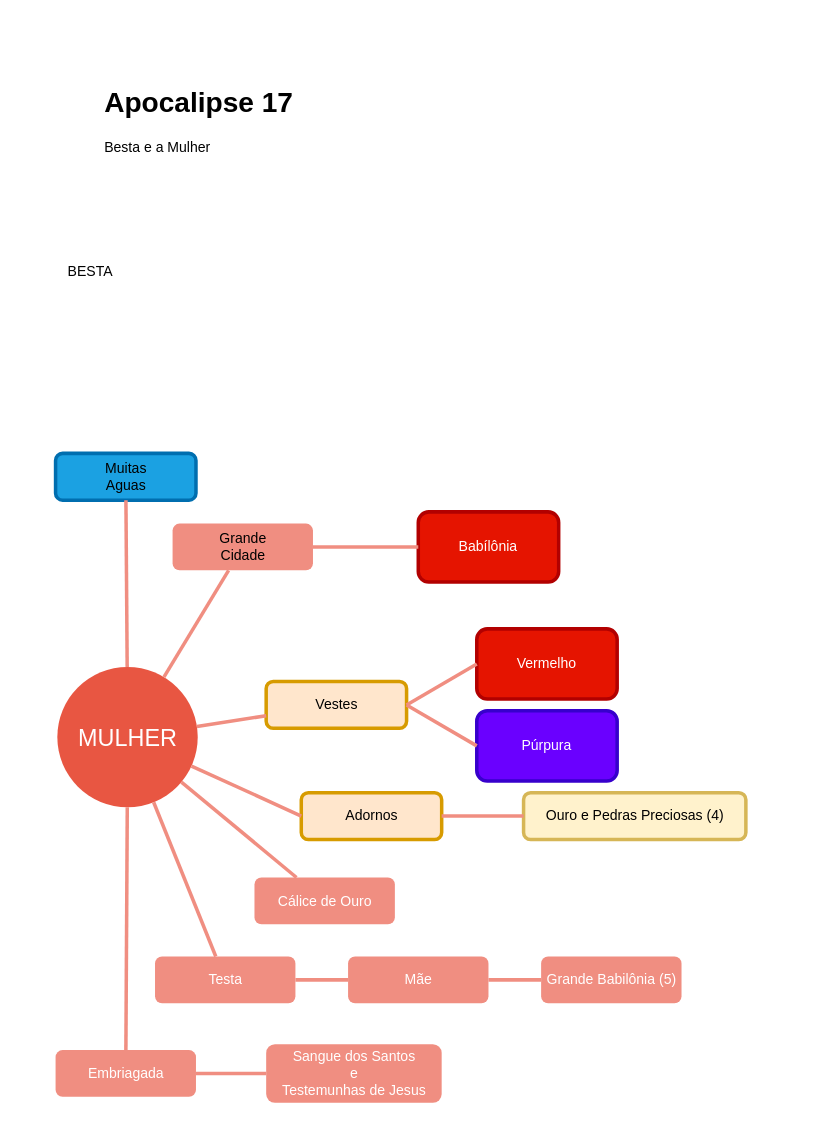
The draw.io diagram Untitled Diagram.drawio in c4tom/estudos-biblicos, before the edit. Source tidied: cells renumbered, new cells numbered last; positions are measured from the earlier drawing's top-left corner, leaving out a move shared by most shapes. Both pictures are drawn from the tidied source at 117%, with x=0, y=0 at pixel (55, 78).
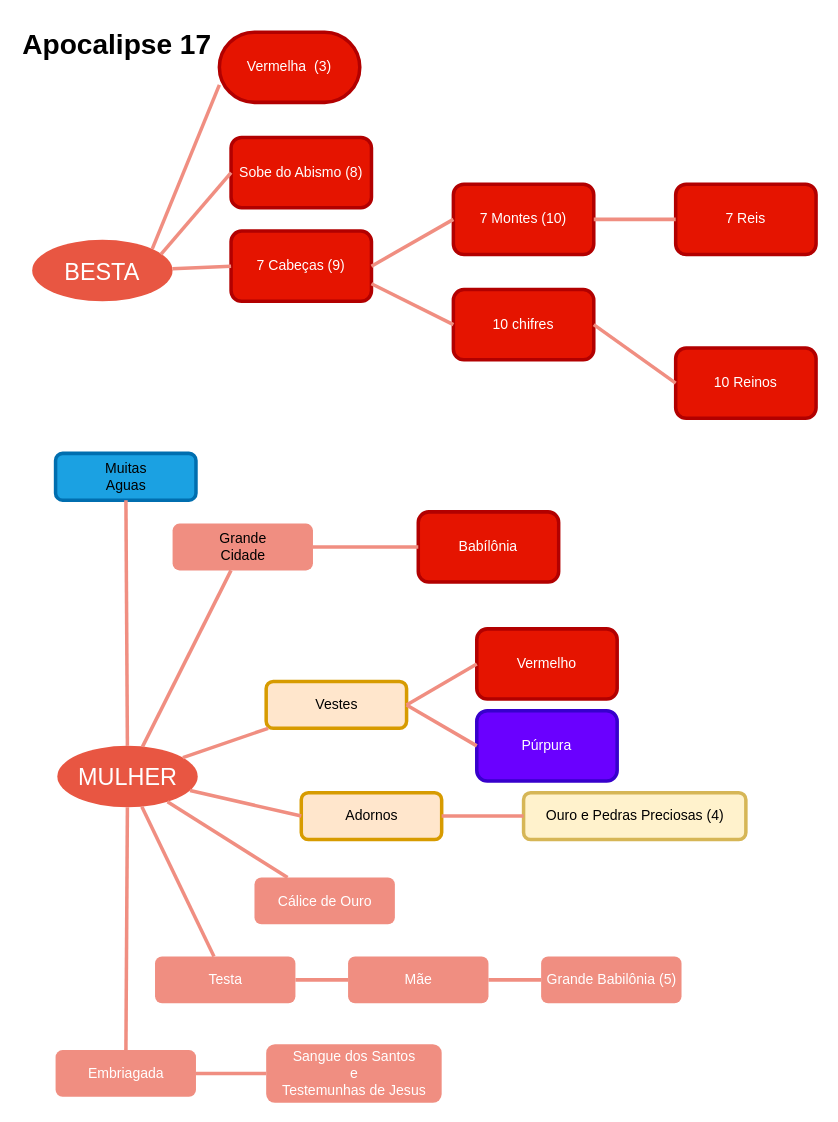
Above is the later version.

The change refers to these unchanged cells:
```xml
<mxCell id="14" value="&lt;span style=&quot;color: rgb(0, 0, 0); text-wrap-mode: wrap;&quot;&gt;Grande Cidade&lt;/span&gt;" style="rounded=1;fillColor=#f08e81;strokeColor=none;strokeWidth=3;shadow=0;html=1;fontColor=#FFFFFF;" parent="1" vertex="1">
  <mxGeometry x="100" y="380" width="120" height="40" as="geometry" />
</mxCell>
<mxCell id="22" value="Babílônia" style="whiteSpace=wrap;html=1;fillColor=#e51400;strokeColor=#B20000;fontColor=#ffffff;rounded=1;strokeWidth=3;shadow=0;" parent="1" vertex="1">
  <mxGeometry x="310" y="370" width="120" height="60" as="geometry" />
</mxCell>
```

The edit, as a diff of the source:
```diff
@@
-    <mxCell id="2" value="&lt;h1 style=&quot;margin-top: 0px;&quot;&gt;Apocalipse 17&lt;/h1&gt;&lt;p&gt;Besta e a Mulher&lt;/p&gt;" style="text;html=1;whiteSpace=wrap;overflow=hidden;rounded=0;" parent="1" vertex="1">
-      <mxGeometry x="40" width="180" height="120" as="geometry" />
+    <mxCell id="2" value="&lt;h1 style=&quot;margin-top: 0px;&quot;&gt;Apocalipse 17&lt;/h1&gt;" style="text;html=1;whiteSpace=wrap;overflow=hidden;rounded=0;" parent="1" vertex="1">
+      <mxGeometry x="-30" y="-50" width="180" height="40" as="geometry" />
     </mxCell>
-    <mxCell id="3" value="BESTA" style="text;html=1;align=center;verticalAlign=middle;whiteSpace=wrap;rounded=0;" parent="1" vertex="1">
-      <mxGeometry y="150" width="60" height="30" as="geometry" />
-    </mxCell>
     <mxCell id="4" value="MULHER" style="ellipse;whiteSpace=wrap;html=1;shadow=0;fontFamily=Helvetica;fontSize=20;fontColor=#FFFFFF;align=center;strokeWidth=3;fillColor=#E85642;strokeColor=none;" parent="1" vertex="1">
-      <mxGeometry x="1.5" y="502.5" width="120" height="120" as="geometry" />
+      <mxGeometry x="1.5" y="570" width="120" height="52.5" as="geometry" />
     </mxCell>
@@
     <mxCell id="32" style="edgeStyle=none;endArrow=none;strokeWidth=3;strokeColor=#F08E81;html=1;entryX=0;entryY=0.5;entryDx=0;entryDy=0;exitX=1;exitY=0.5;exitDx=0;exitDy=0;" parent="1" edge="1" source="14" target="22">
-      <mxGeometry x="188.5" y="51.5" as="geometry" />
+      <mxGeometry x="188.5" y="51.5" as="geometry">
+        <Array as="points">
+          <mxPoint x="270" y="400" />
+        </Array>
+      </mxGeometry>
     </mxCell>
+    <mxCell id="3" value="BESTA" style="ellipse;whiteSpace=wrap;html=1;shadow=0;fontFamily=Helvetica;fontSize=20;fontColor=#FFFFFF;align=center;strokeWidth=3;fillColor=#E85642;strokeColor=none;" parent="1" vertex="1">
+      <mxGeometry x="-20" y="137.5" width="120" height="52.5" as="geometry" />
+    </mxCell>
+    <mxCell id="33" value="7 Montes (10)" style="whiteSpace=wrap;html=1;fillColor=#e51400;strokeColor=#B20000;fontColor=#ffffff;rounded=1;strokeWidth=3;shadow=0;" parent="1" vertex="1">
+      <mxGeometry x="340" y="90" width="120" height="60" as="geometry" />
+    </mxCell>
+    <mxCell id="34" value="7 Cabeças (9)" style="whiteSpace=wrap;html=1;fillColor=#e51400;strokeColor=#B20000;fontColor=#ffffff;rounded=1;strokeWidth=3;shadow=0;" parent="1" vertex="1">
+      <mxGeometry x="150" y="130" width="120" height="60" as="geometry" />
+    </mxCell>
+    <mxCell id="35" style="edgeStyle=none;endArrow=none;strokeWidth=3;strokeColor=#F08E81;html=1;entryX=0;entryY=0.5;entryDx=0;entryDy=0;exitX=1;exitY=0.5;exitDx=0;exitDy=0;" parent="1" edge="1" source="34" target="33">
+      <mxGeometry x="188.5" y="51.5" as="geometry" />
+    </mxCell>
+    <mxCell id="36" style="edgeStyle=none;endArrow=none;strokeWidth=3;strokeColor=#F08E81;html=1;entryX=0;entryY=0.5;entryDx=0;entryDy=0;" parent="1" edge="1" source="3" target="34">
+      <mxGeometry x="188.5" y="51.5" as="geometry">
+        <Array as="points">
+          <mxPoint x="150" y="160" />
+        </Array>
+      </mxGeometry>
+    </mxCell>
+    <mxCell id="37" value="Vermelha&amp;nbsp; (3)" style="whiteSpace=wrap;html=1;fillColor=#e51400;strokeColor=#B20000;fontColor=#ffffff;rounded=1;strokeWidth=3;shadow=0;arcSize=50;" parent="1" vertex="1">
+      <mxGeometry x="140" y="-40" width="120" height="60" as="geometry" />
+    </mxCell>
+    <mxCell id="38" value="Sobe do Abismo (8)" style="whiteSpace=wrap;html=1;fillColor=#e51400;strokeColor=#B20000;fontColor=#ffffff;rounded=1;strokeWidth=3;shadow=0;" parent="1" vertex="1">
+      <mxGeometry x="150" y="50" width="120" height="60" as="geometry" />
+    </mxCell>
+    <mxCell id="39" style="edgeStyle=none;endArrow=none;strokeWidth=3;strokeColor=#F08E81;html=1;exitX=1;exitY=0;exitDx=0;exitDy=0;entryX=0;entryY=0.75;entryDx=0;entryDy=0;" parent="1" edge="1" source="3" target="37">
+      <mxGeometry x="188.5" y="51.5" as="geometry" />
+    </mxCell>
+    <mxCell id="40" style="edgeStyle=none;endArrow=none;strokeWidth=3;strokeColor=#F08E81;html=1;entryX=0;entryY=0.5;entryDx=0;entryDy=0;exitX=0.917;exitY=0.238;exitDx=0;exitDy=0;exitPerimeter=0;" parent="1" edge="1" source="3" target="38">
+      <mxGeometry x="188.5" y="51.5" as="geometry" />
+    </mxCell>
+    <mxCell id="41" value="10 chifres" style="whiteSpace=wrap;html=1;fillColor=#e51400;strokeColor=#B20000;fontColor=#ffffff;rounded=1;strokeWidth=3;shadow=0;" parent="1" vertex="1">
+      <mxGeometry x="340" y="180" width="120" height="60" as="geometry" />
+    </mxCell>
+    <mxCell id="42" style="edgeStyle=none;endArrow=none;strokeWidth=3;strokeColor=#F08E81;html=1;entryX=0;entryY=0.5;entryDx=0;entryDy=0;exitX=1;exitY=0.75;exitDx=0;exitDy=0;" parent="1" edge="1" source="34" target="41">
+      <mxGeometry x="188.5" y="51.5" as="geometry" />
+    </mxCell>
+    <mxCell id="43" value="10 Reinos" style="whiteSpace=wrap;html=1;fillColor=#e51400;strokeColor=#B20000;fontColor=#ffffff;rounded=1;strokeWidth=3;shadow=0;" parent="1" vertex="1">
+      <mxGeometry x="530" y="230" width="120" height="60" as="geometry" />
+    </mxCell>
+    <mxCell id="44" style="edgeStyle=none;endArrow=none;strokeWidth=3;strokeColor=#F08E81;html=1;entryX=0;entryY=0.5;entryDx=0;entryDy=0;exitX=1;exitY=0.5;exitDx=0;exitDy=0;" parent="1" edge="1" source="41" target="43">
+      <mxGeometry x="188.5" y="51.5" as="geometry" />
+    </mxCell>
+    <mxCell id="45" value="7 Reis" style="whiteSpace=wrap;html=1;fillColor=#e51400;strokeColor=#B20000;fontColor=#ffffff;rounded=1;strokeWidth=3;shadow=0;" parent="1" vertex="1">
+      <mxGeometry x="530" y="90" width="120" height="60" as="geometry" />
+    </mxCell>
+    <mxCell id="46" style="edgeStyle=none;endArrow=none;strokeWidth=3;strokeColor=#F08E81;html=1;entryX=0;entryY=0.5;entryDx=0;entryDy=0;exitX=1;exitY=0.5;exitDx=0;exitDy=0;" parent="1" edge="1" source="33" target="45">
+      <mxGeometry x="188.5" y="51.5" as="geometry" />
+    </mxCell>
```
